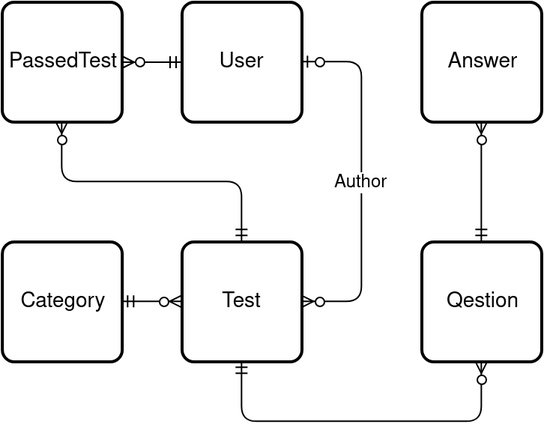
The draw.io diagram app/assets/images/TestGuru-ER.png in shuklineg/test-guru, before a commit. Source tidied: cells renumbered, new cells last; positions are measured from the earlier drawing's top-left corner, leaving out a move shared by most shapes.
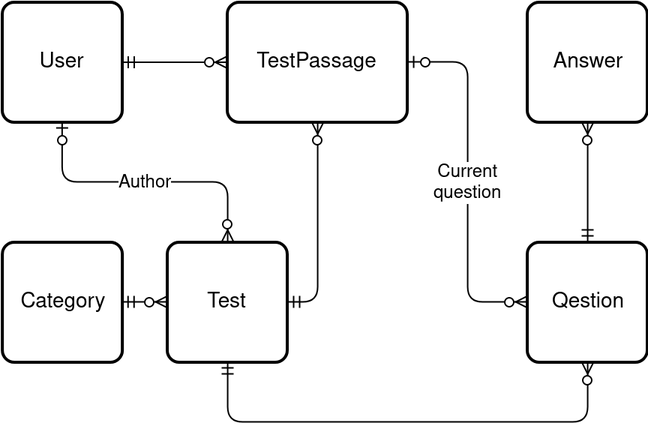
Later version of the same file.

Diff of the diagram source:
```diff
@@ -8,8 +8,8 @@
     <mxCell id="3" style="fontSize=12;html=1;endArrow=ERzeroToMany;startArrow=ERmandOne;startFill=0;exitX=0.5;exitY=1;exitDx=0;exitDy=0;entryX=0.5;entryY=1;entryDx=0;entryDy=0;edgeStyle=orthogonalEdgeStyle;endFill=1;" parent="1" edge="1" source="6" target="8">
       <mxGeometry relative="1" as="geometry">
         <Array as="points">
-          <mxPoint x="160" y="280" />
-          <mxPoint x="320" y="280" />
+          <mxPoint x="40" y="280" />
+          <mxPoint x="280" y="280" />
         </Array>
       </mxGeometry>
     </mxCell>
@@ -17,36 +17,48 @@
       <mxGeometry relative="1" as="geometry" />
     </mxCell>
     <mxCell id="5" value="User&lt;br&gt;" style="strokeWidth=2;rounded=1;arcSize=10;whiteSpace=wrap;html=1;align=center;fontSize=14;" parent="1" vertex="1">
-      <mxGeometry x="120" width="80" height="80" as="geometry" />
+      <mxGeometry x="-110" width="80" height="80" as="geometry" />
     </mxCell>
     <mxCell id="6" value="Test&lt;br&gt;" style="strokeWidth=2;rounded=1;arcSize=10;whiteSpace=wrap;html=1;align=center;fontSize=14;" parent="1" vertex="1">
-      <mxGeometry x="120" y="160" width="80" height="80" as="geometry" />
+      <mxGeometry y="160" width="80" height="80" as="geometry" />
     </mxCell>
     <mxCell id="7" value="Category&lt;br&gt;" style="strokeWidth=2;rounded=1;arcSize=10;whiteSpace=wrap;html=1;align=center;fontSize=14;" parent="1" vertex="1">
-      <mxGeometry x="0.1" y="160" width="80" height="80" as="geometry" />
+      <mxGeometry x="-109.9" y="160" width="80" height="80" as="geometry" />
     </mxCell>
     <mxCell id="8" value="Qestion" style="strokeWidth=2;rounded=1;arcSize=10;whiteSpace=wrap;html=1;align=center;fontSize=14;" parent="1" vertex="1">
-      <mxGeometry x="280" y="160" width="80" height="80" as="geometry" />
+      <mxGeometry x="240" y="160" width="80" height="80" as="geometry" />
     </mxCell>
     <mxCell id="9" value="Answer" style="strokeWidth=2;rounded=1;arcSize=10;whiteSpace=wrap;html=1;align=center;fontSize=14;" parent="1" vertex="1">
-      <mxGeometry x="280" width="80" height="80" as="geometry" />
+      <mxGeometry x="240" width="80" height="80" as="geometry" />
     </mxCell>
-    <mxCell id="10" value="PassedTest&lt;br&gt;" style="strokeWidth=2;rounded=1;arcSize=10;whiteSpace=wrap;html=1;align=center;fontSize=14;" parent="1" vertex="1">
-      <mxGeometry width="80" height="80" as="geometry" />
+    <mxCell id="10" value="TestPassage&lt;br&gt;" style="strokeWidth=2;rounded=1;arcSize=10;whiteSpace=wrap;html=1;align=center;fontSize=14;" parent="1" vertex="1">
+      <mxGeometry x="40" width="120" height="80" as="geometry" />
     </mxCell>
     <mxCell id="11" style="edgeStyle=entityRelationEdgeStyle;fontSize=12;html=1;endArrow=ERzeroToMany;endFill=1;startArrow=ERmandOne;startFill=0;" parent="1" edge="1" source="5" target="10">
       <mxGeometry relative="1" as="geometry" />
     </mxCell>
-    <mxCell id="12" style="fontSize=12;html=1;endArrow=ERzeroToMany;endFill=1;exitX=0.5;exitY=0;exitDx=0;exitDy=0;entryX=0.5;entryY=1;entryDx=0;entryDy=0;startArrow=ERmandOne;startFill=0;edgeStyle=orthogonalEdgeStyle;" parent="1" edge="1" source="6" target="10">
-      <mxGeometry relative="1" as="geometry" />
+    <mxCell id="12" style="fontSize=12;html=1;endArrow=ERzeroToMany;endFill=1;exitX=1;exitY=0.5;exitDx=0;exitDy=0;entryX=0.5;entryY=1;entryDx=0;entryDy=0;startArrow=ERmandOne;startFill=0;edgeStyle=orthogonalEdgeStyle;" parent="1" edge="1" source="6" target="10">
+      <mxGeometry relative="1" as="geometry">
+        <Array as="points">
+          <mxPoint x="100" y="200" />
+        </Array>
+      </mxGeometry>
     </mxCell>
-    <mxCell id="13" value="Author" style="fontSize=12;html=1;endArrow=ERzeroToMany;endFill=1;exitX=1;exitY=0.5;exitDx=0;exitDy=0;entryX=1;entryY=0.5;entryDx=0;entryDy=0;startArrow=ERzeroToOne;startFill=1;edgeStyle=orthogonalEdgeStyle;" parent="1" edge="1" source="5" target="6">
+    <mxCell id="13" value="Author" style="fontSize=12;html=1;endArrow=ERzeroToMany;endFill=1;exitX=0.5;exitY=1;exitDx=0;exitDy=0;startArrow=ERzeroToOne;startFill=1;edgeStyle=orthogonalEdgeStyle;entryX=0.5;entryY=0;entryDx=0;entryDy=0;" parent="1" edge="1" source="5" target="6">
       <mxGeometry relative="1" as="geometry">
         <Array as="points">
-          <mxPoint x="240" y="40" />
-          <mxPoint x="240" y="200" />
+          <mxPoint x="-70" y="120" />
+          <mxPoint x="40" y="120" />
         </Array>
       </mxGeometry>
     </mxCell>
+    <mxCell id="14" value="Current&lt;br&gt;question" style="fontSize=12;html=1;endArrow=ERzeroToMany;endFill=1;exitX=1;exitY=0.5;exitDx=0;exitDy=0;entryX=0;entryY=0.5;entryDx=0;entryDy=0;startArrow=ERzeroToOne;startFill=1;edgeStyle=orthogonalEdgeStyle;" parent="1" edge="1" source="10" target="8">
+      <mxGeometry relative="1" as="geometry">
+        <Array as="points">
+          <mxPoint x="200" y="40" />
+          <mxPoint x="200" y="200" />
+        </Array>
+      </mxGeometry>
+    </mxCell>
   </root>
 </mxGraphModel>
```
